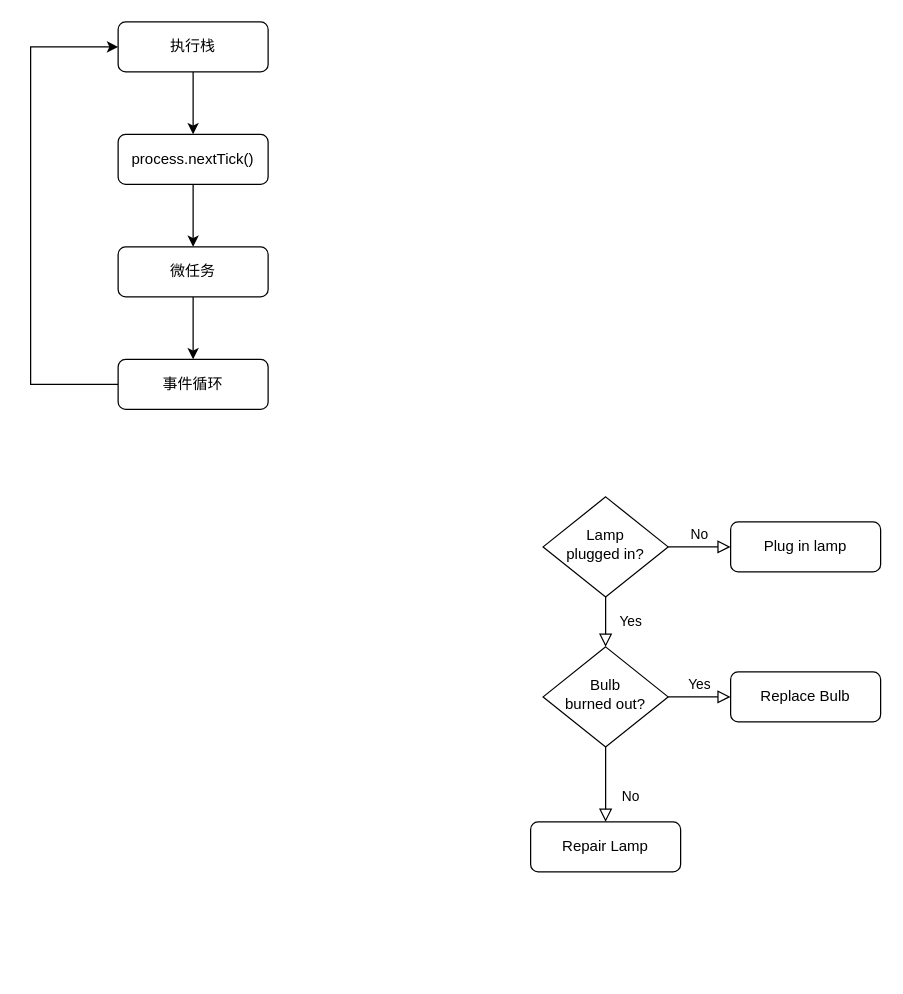
Above: frontend/node_eventloop.drawio in Rockergmail/draw.io (draw.io), before the change. Source tidied: cells renumbered, new cells numbered last; positions are measured from the earlier drawing's top-left corner, leaving out a move shared by most shapes. Both pictures are drawn from the tidied source at 125%, with x=0, y=0 at pixel (30, 21).
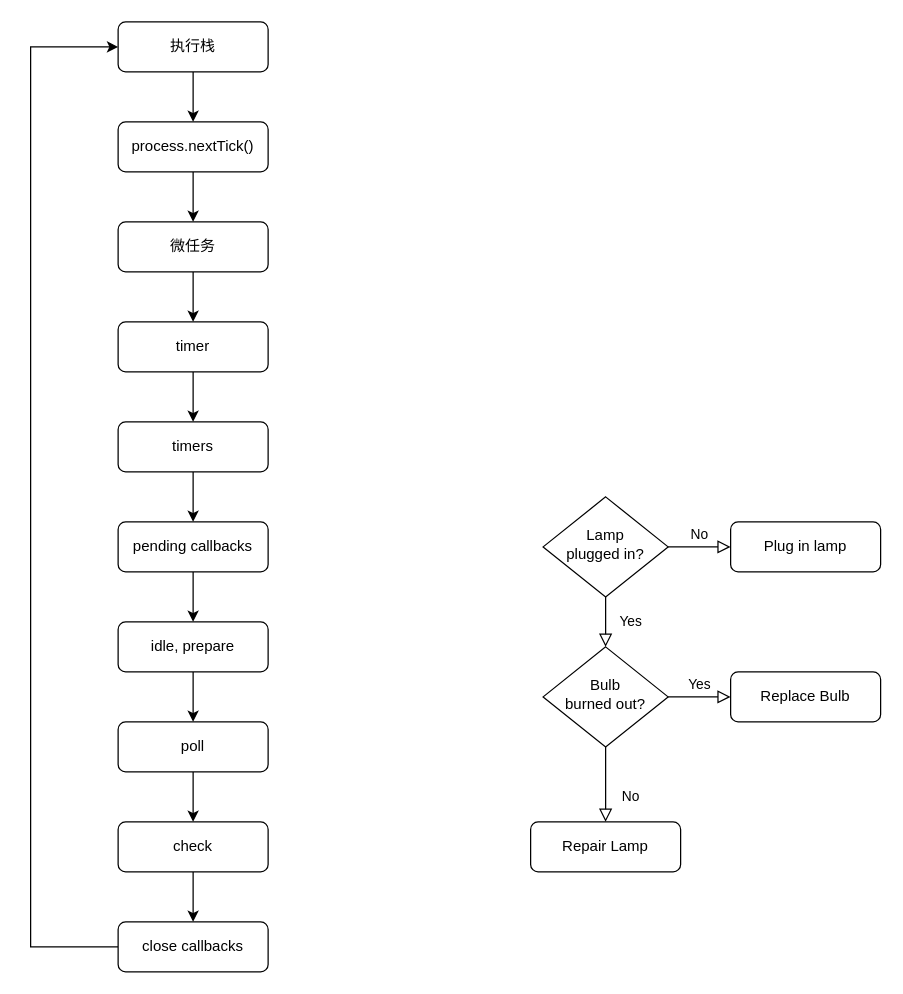
After the change.

The change refers to these unchanged cells:
```xml
<mxCell id="16" value="执行栈" style="rounded=1;whiteSpace=wrap;html=1;fontSize=12;glass=0;strokeWidth=1;shadow=0;" parent="1" vertex="1">
  <mxGeometry x="70" width="120" height="40" as="geometry" />
</mxCell>
```

Change to the diagram source:
```diff
@@
     <mxCell id="3" value="微任务" style="rounded=1;whiteSpace=wrap;html=1;fontSize=12;glass=0;strokeWidth=1;shadow=0;" parent="1" vertex="1">
-      <mxGeometry x="70" y="180" width="120" height="40" as="geometry" />
+      <mxGeometry x="70" y="160" width="120" height="40" as="geometry" />
     </mxCell>
@@
     <mxCell id="14" value="process.nextTick()" style="rounded=1;whiteSpace=wrap;html=1;fontSize=12;glass=0;strokeWidth=1;shadow=0;" parent="1" vertex="1">
-      <mxGeometry x="70" y="90" width="120" height="40" as="geometry" />
+      <mxGeometry x="70" y="80" width="120" height="40" as="geometry" />
     </mxCell>
@@
-    <mxCell id="17" style="edgeStyle=orthogonalEdgeStyle;rounded=0;jettySize=auto;html=1;exitX=0;exitY=0.5;exitDx=0;exitDy=0;entryX=0;entryY=0.5;entryDx=0;entryDy=0;" parent="1" edge="1" source="18" target="16">
+    <mxCell id="17" style="edgeStyle=orthogonalEdgeStyle;rounded=0;jettySize=auto;html=1;exitX=0;exitY=0.5;exitDx=0;exitDy=0;entryX=0;entryY=0.5;entryDx=0;entryDy=0;" parent="1" edge="1" source="26" target="16">
       <mxGeometry relative="1" as="geometry">
         <Array as="points">
-          <mxPoint y="290" />
+          <mxPoint y="740" />
           <mxPoint y="20" />
         </Array>
       </mxGeometry>
     </mxCell>
+    <mxCell id="19" style="edgeStyle=orthogonalEdgeStyle;rounded=0;jettySize=auto;html=1;exitX=0.5;exitY=1;exitDx=0;exitDy=0;entryX=0.5;entryY=0;entryDx=0;entryDy=0;" parent="1" edge="1" source="18" target="21">
+      <mxGeometry relative="1" as="geometry" />
+    </mxCell>
-    <mxCell id="18" value="事件循环" style="rounded=1;whiteSpace=wrap;html=1;fontSize=12;glass=0;strokeWidth=1;shadow=0;" parent="1" vertex="1">
-      <mxGeometry x="70" y="270" width="120" height="40" as="geometry" />
+    <mxCell id="18" value="timer" style="rounded=1;whiteSpace=wrap;html=1;fontSize=12;glass=0;strokeWidth=1;shadow=0;" parent="1" vertex="1">
+      <mxGeometry x="70" y="240" width="120" height="40" as="geometry" />
     </mxCell>
+    <mxCell id="20" style="edgeStyle=orthogonalEdgeStyle;rounded=0;jettySize=auto;html=1;exitX=0.5;exitY=1;exitDx=0;exitDy=0;entryX=0.5;entryY=0;entryDx=0;entryDy=0;" parent="1" edge="1" source="21" target="28">
+      <mxGeometry relative="1" as="geometry" />
+    </mxCell>
+    <mxCell id="21" value="timers" style="rounded=1;whiteSpace=wrap;html=1;fontSize=12;glass=0;strokeWidth=1;shadow=0;" parent="1" vertex="1">
+      <mxGeometry x="70" y="320" width="120" height="40" as="geometry" />
+    </mxCell>
+    <mxCell id="22" style="edgeStyle=orthogonalEdgeStyle;rounded=0;jettySize=auto;html=1;exitX=0.5;exitY=1;exitDx=0;exitDy=0;entryX=0.5;entryY=0;entryDx=0;entryDy=0;" parent="1" edge="1" source="23" target="25">
+      <mxGeometry relative="1" as="geometry" />
+    </mxCell>
+    <mxCell id="23" value="poll" style="rounded=1;whiteSpace=wrap;html=1;fontSize=12;glass=0;strokeWidth=1;shadow=0;" parent="1" vertex="1">
+      <mxGeometry x="70" y="560" width="120" height="40" as="geometry" />
+    </mxCell>
+    <mxCell id="24" style="edgeStyle=orthogonalEdgeStyle;rounded=0;jettySize=auto;html=1;exitX=0.5;exitY=1;exitDx=0;exitDy=0;entryX=0.5;entryY=0;entryDx=0;entryDy=0;" parent="1" edge="1" source="25" target="26">
+      <mxGeometry relative="1" as="geometry" />
+    </mxCell>
+    <mxCell id="25" value="check" style="rounded=1;whiteSpace=wrap;html=1;fontSize=12;glass=0;strokeWidth=1;shadow=0;" parent="1" vertex="1">
+      <mxGeometry x="70" y="640" width="120" height="40" as="geometry" />
+    </mxCell>
+    <mxCell id="26" value="close callbacks" style="rounded=1;whiteSpace=wrap;html=1;fontSize=12;glass=0;strokeWidth=1;shadow=0;" parent="1" vertex="1">
+      <mxGeometry x="70" y="720" width="120" height="40" as="geometry" />
+    </mxCell>
+    <mxCell id="27" style="edgeStyle=orthogonalEdgeStyle;rounded=0;jettySize=auto;html=1;exitX=0.5;exitY=1;exitDx=0;exitDy=0;entryX=0.5;entryY=0;entryDx=0;entryDy=0;" parent="1" edge="1" source="28" target="30">
+      <mxGeometry relative="1" as="geometry" />
+    </mxCell>
+    <mxCell id="28" value="pending callbacks" style="rounded=1;whiteSpace=wrap;html=1;fontSize=12;glass=0;strokeWidth=1;shadow=0;" parent="1" vertex="1">
+      <mxGeometry x="70" y="400" width="120" height="40" as="geometry" />
+    </mxCell>
+    <mxCell id="29" style="edgeStyle=orthogonalEdgeStyle;rounded=0;jettySize=auto;html=1;exitX=0.5;exitY=1;exitDx=0;exitDy=0;entryX=0.5;entryY=0;entryDx=0;entryDy=0;" parent="1" edge="1" source="30" target="23">
+      <mxGeometry relative="1" as="geometry" />
+    </mxCell>
+    <mxCell id="30" value="idle, prepare" style="rounded=1;whiteSpace=wrap;html=1;fontSize=12;glass=0;strokeWidth=1;shadow=0;" parent="1" vertex="1">
+      <mxGeometry x="70" y="480" width="120" height="40" as="geometry" />
+    </mxCell>
```
